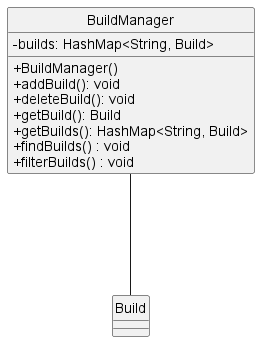
Above: docs/images/BuildManager.png in nus-cs2113-AY2223S1/tp (PlantUML), before the change.
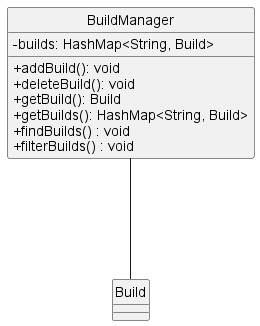
After the commit.

Diff of the diagram source:
```diff
@@ -5,7 +5,6 @@
 class BuildManager {
     -builds: HashMap<String, Build>
 
-    +BuildManager()
     +addBuild(): void
     +deleteBuild(): void
     +getBuild(): Build
```
